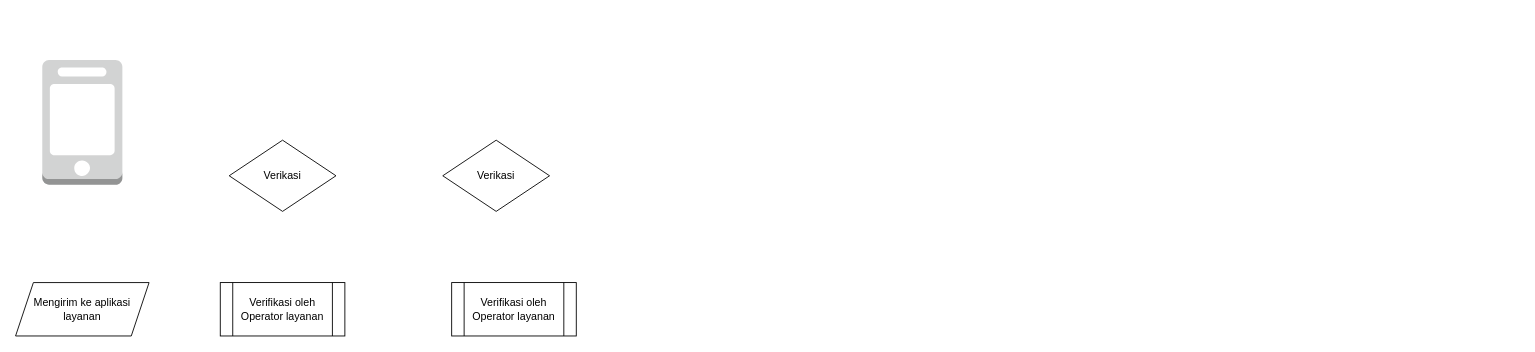
Before: cek.drawio in apidong/apidong, a draw.io diagram. Source tidied: cells renumbered, new cells numbered last; positions are measured from the earlier drawing's top-left corner, leaving out a move shared by most shapes. Both pictures are drawn from the tidied source at 89%, with x=0, y=0 at pixel (15, 60).
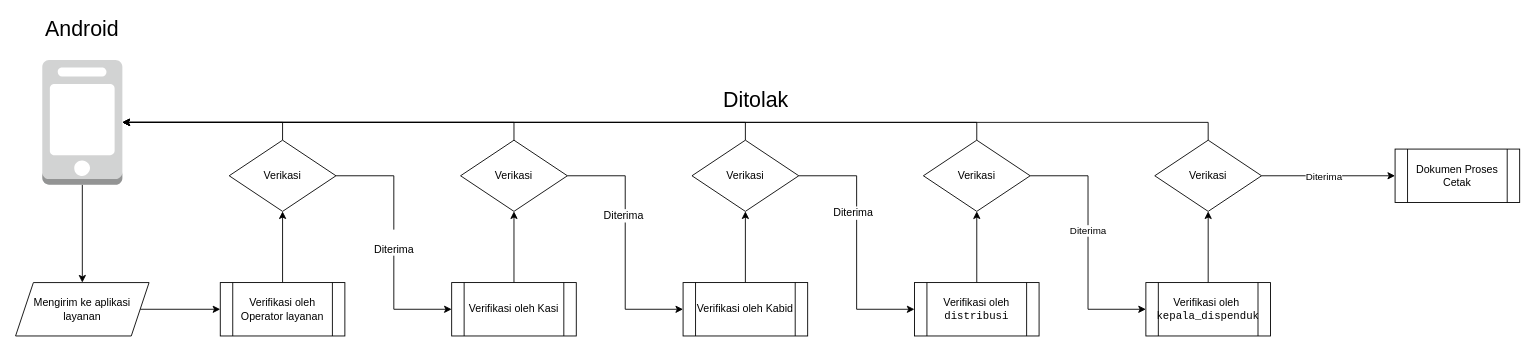
The same diagram, later.

Unchanged cells that the change refers to:
```xml
<mxCell id="2" style="outlineConnect=0;dashed=0;verticalLabelPosition=bottom;verticalAlign=top;align=center;html=1;shape=mxgraph.aws3.mobile_client;fillColor=#D2D3D3;gradientColor=none;" parent="1" vertex="1">
  <mxGeometry x="30" width="90" height="140" as="geometry" />
</mxCell>
<mxCell id="3" value="Mengirim ke aplikasi layanan" style="shape=parallelogram;perimeter=parallelogramPerimeter;whiteSpace=wrap;html=1;fixedSize=1;" parent="1" vertex="1">
  <mxGeometry y="250" width="150" height="60" as="geometry" />
</mxCell>
<mxCell id="4" value="Verifikasi oleh Operator layanan" style="shape=process;whiteSpace=wrap;html=1;backgroundOutline=1;" parent="1" vertex="1">
  <mxGeometry x="230" y="250" width="140" height="60" as="geometry" />
</mxCell>
<mxCell id="5" value="Verikasi" style="rhombus;whiteSpace=wrap;html=1;" parent="1" vertex="1">
  <mxGeometry x="240" y="90" width="120" height="80" as="geometry" />
</mxCell>
```

Change to the diagram source:
```diff
@@
+    <mxCell id="8" style="edgeStyle=orthogonalEdgeStyle;rounded=0;jettySize=auto;html=1;" parent="1" edge="1" source="2" target="3">
+      <mxGeometry relative="1" as="geometry" />
+    </mxCell>
@@
+    <mxCell id="9" style="edgeStyle=orthogonalEdgeStyle;rounded=0;jettySize=auto;html=1;entryX=0;entryY=0.5;entryDx=0;entryDy=0;" parent="1" edge="1" source="3" target="4">
+      <mxGeometry relative="1" as="geometry" />
+    </mxCell>
@@
+    <mxCell id="10" style="edgeStyle=orthogonalEdgeStyle;rounded=0;jettySize=auto;html=1;entryX=0.5;entryY=1;entryDx=0;entryDy=0;" parent="1" edge="1" source="4" target="5">
+      <mxGeometry relative="1" as="geometry" />
+    </mxCell>
@@
+    <mxCell id="11" value="&lt;font style=&quot;font-size: 12px;&quot;&gt;&lt;br&gt;&lt;span style=&quot;color: rgb(0, 0, 0); font-family: Helvetica; font-style: normal; font-variant-ligatures: normal; font-variant-caps: normal; font-weight: 400; letter-spacing: normal; orphans: 2; text-align: center; text-indent: 0px; text-transform: none; widows: 2; word-spacing: 0px; -webkit-text-stroke-width: 0px; background-color: rgb(255, 255, 255); text-decoration-thickness: initial; text-decoration-style: initial; text-decoration-color: initial; float: none; display: inline !important;&quot;&gt;Diterima&lt;/span&gt;&lt;br&gt;&lt;/font&gt;" style="edgeStyle=orthogonalEdgeStyle;rounded=0;jettySize=auto;html=1;exitX=1;exitY=0.5;exitDx=0;exitDy=0;entryX=0;entryY=0.5;entryDx=0;entryDy=0;" parent="1" edge="1" source="5" target="6">
+      <mxGeometry relative="1" as="geometry" />
+    </mxCell>
+    <mxCell id="12" style="edgeStyle=orthogonalEdgeStyle;rounded=0;jettySize=auto;html=1;exitX=0.5;exitY=0;exitDx=0;exitDy=0;" parent="1" edge="1" source="5" target="2">
+      <mxGeometry relative="1" as="geometry" />
+    </mxCell>
@@
+    <mxCell id="13" style="edgeStyle=orthogonalEdgeStyle;rounded=0;jettySize=auto;html=1;exitX=0.5;exitY=0;exitDx=0;exitDy=0;entryX=0.5;entryY=1;entryDx=0;entryDy=0;" parent="1" edge="1" source="6" target="7">
+      <mxGeometry relative="1" as="geometry" />
+    </mxCell>
-    <mxCell id="6" value="Verifikasi oleh Operator layanan" style="shape=process;whiteSpace=wrap;html=1;backgroundOutline=1;" parent="1" vertex="1">
+    <mxCell id="6" value="Verifikasi oleh Kasi" style="shape=process;whiteSpace=wrap;html=1;backgroundOutline=1;" parent="1" vertex="1">
       <mxGeometry x="490" y="250" width="140" height="60" as="geometry" />
     </mxCell>
+    <mxCell id="14" style="edgeStyle=orthogonalEdgeStyle;rounded=0;jettySize=auto;html=1;exitX=0.5;exitY=0;exitDx=0;exitDy=0;" parent="1" edge="1" source="7" target="2">
+      <mxGeometry relative="1" as="geometry" />
+    </mxCell>
+    <mxCell id="15" style="edgeStyle=orthogonalEdgeStyle;rounded=0;jettySize=auto;html=1;entryX=0;entryY=0.5;entryDx=0;entryDy=0;" parent="1" edge="1" source="7" target="18">
+      <mxGeometry relative="1" as="geometry" />
+    </mxCell>
+    <mxCell id="16" value="&lt;font style=&quot;font-size: 12px;&quot;&gt;Diterima&lt;/font&gt;" style="edgeLabel;html=1;align=center;verticalAlign=middle;" parent="15" vertex="1">
+      <mxGeometry x="-0.22" y="-3" relative="1" as="geometry" />
+    </mxCell>
     <mxCell id="7" value="Verikasi" style="rhombus;whiteSpace=wrap;html=1;" parent="1" vertex="1">
-      <mxGeometry x="480" y="90" width="120" height="80" as="geometry" />
+      <mxGeometry x="500" y="90" width="120" height="80" as="geometry" />
     </mxCell>
+    <mxCell id="17" style="edgeStyle=orthogonalEdgeStyle;rounded=0;jettySize=auto;html=1;entryX=0.5;entryY=1;entryDx=0;entryDy=0;" parent="1" edge="1" source="18" target="26">
+      <mxGeometry relative="1" as="geometry" />
+    </mxCell>
+    <mxCell id="18" value="Verifikasi oleh Kabid" style="shape=process;whiteSpace=wrap;html=1;backgroundOutline=1;" parent="1" vertex="1">
+      <mxGeometry x="750" y="250" width="140" height="60" as="geometry" />
+    </mxCell>
+    <mxCell id="19" style="edgeStyle=orthogonalEdgeStyle;rounded=0;jettySize=auto;html=1;entryX=0.5;entryY=1;entryDx=0;entryDy=0;" parent="1" edge="1" source="20" target="30">
+      <mxGeometry relative="1" as="geometry" />
+    </mxCell>
+    <mxCell id="20" value="Verifikasi oleh &lt;code&gt;distribusi&lt;/code&gt;" style="shape=process;whiteSpace=wrap;html=1;backgroundOutline=1;" parent="1" vertex="1">
+      <mxGeometry x="1010" y="250" width="140" height="60" as="geometry" />
+    </mxCell>
+    <mxCell id="21" style="edgeStyle=orthogonalEdgeStyle;rounded=0;jettySize=auto;html=1;entryX=0.5;entryY=1;entryDx=0;entryDy=0;" parent="1" edge="1" source="22" target="34">
+      <mxGeometry relative="1" as="geometry" />
+    </mxCell>
+    <mxCell id="22" value="Verifikasi oleh&amp;nbsp;&lt;br&gt;&lt;code&gt;kepala_dispenduk&lt;/code&gt;" style="shape=process;whiteSpace=wrap;html=1;backgroundOutline=1;" parent="1" vertex="1">
+      <mxGeometry x="1270" y="250" width="140" height="60" as="geometry" />
+    </mxCell>
+    <mxCell id="23" style="edgeStyle=orthogonalEdgeStyle;rounded=0;jettySize=auto;html=1;entryX=0;entryY=0.5;entryDx=0;entryDy=0;" parent="1" edge="1" source="26" target="20">
+      <mxGeometry relative="1" as="geometry" />
+    </mxCell>
+    <mxCell id="24" value="&lt;font style=&quot;font-size: 12px;&quot;&gt;Diterima&lt;/font&gt;" style="edgeLabel;html=1;align=center;verticalAlign=middle;" parent="23" vertex="1">
+      <mxGeometry x="-0.23" y="3" relative="1" as="geometry">
+        <mxPoint x="-8" y="-2" as="offset" />
+      </mxGeometry>
+    </mxCell>
+    <mxCell id="25" style="edgeStyle=orthogonalEdgeStyle;rounded=0;jettySize=auto;html=1;exitX=0.5;exitY=0;exitDx=0;exitDy=0;" parent="1" edge="1" source="26">
+      <mxGeometry relative="1" as="geometry">
+        <mxPoint x="120" y="70" as="targetPoint" />
+        <Array as="points">
+          <mxPoint x="820" y="70" />
+        </Array>
+      </mxGeometry>
+    </mxCell>
+    <mxCell id="26" value="Verikasi" style="rhombus;whiteSpace=wrap;html=1;" parent="1" vertex="1">
+      <mxGeometry x="760" y="90" width="120" height="80" as="geometry" />
+    </mxCell>
+    <mxCell id="27" style="edgeStyle=orthogonalEdgeStyle;rounded=0;jettySize=auto;html=1;entryX=0;entryY=0.5;entryDx=0;entryDy=0;" parent="1" edge="1" source="30" target="22">
+      <mxGeometry relative="1" as="geometry" />
+    </mxCell>
+    <mxCell id="28" value="Diterima" style="edgeLabel;html=1;align=center;verticalAlign=middle;" parent="27" vertex="1">
+      <mxGeometry x="-0.1" relative="1" as="geometry">
+        <mxPoint x="-1" as="offset" />
+      </mxGeometry>
+    </mxCell>
+    <mxCell id="29" style="edgeStyle=orthogonalEdgeStyle;rounded=0;jettySize=auto;html=1;entryX=1;entryY=0.5;entryDx=0;entryDy=0;entryPerimeter=0;exitX=0.5;exitY=0;exitDx=0;exitDy=0;" parent="1" edge="1" source="30" target="2">
+      <mxGeometry relative="1" as="geometry" />
+    </mxCell>
+    <mxCell id="30" value="Verikasi" style="rhombus;whiteSpace=wrap;html=1;" parent="1" vertex="1">
+      <mxGeometry x="1020" y="90" width="120" height="80" as="geometry" />
+    </mxCell>
+    <mxCell id="31" style="edgeStyle=orthogonalEdgeStyle;rounded=0;jettySize=auto;html=1;entryX=1;entryY=0.5;entryDx=0;entryDy=0;entryPerimeter=0;exitX=0.5;exitY=0;exitDx=0;exitDy=0;" parent="1" edge="1" source="34" target="2">
+      <mxGeometry relative="1" as="geometry" />
+    </mxCell>
+    <mxCell id="32" style="edgeStyle=orthogonalEdgeStyle;rounded=0;jettySize=auto;html=1;entryX=0;entryY=0.5;entryDx=0;entryDy=0;" parent="1" edge="1" source="34" target="37">
+      <mxGeometry relative="1" as="geometry" />
+    </mxCell>
+    <mxCell id="33" value="Diterima" style="edgeLabel;html=1;align=center;verticalAlign=middle;" parent="32" vertex="1">
+      <mxGeometry x="0.19" relative="1" as="geometry">
+        <mxPoint x="-20" as="offset" />
+      </mxGeometry>
+    </mxCell>
+    <mxCell id="34" value="Verikasi" style="rhombus;whiteSpace=wrap;html=1;" parent="1" vertex="1">
+      <mxGeometry x="1280" y="90" width="120" height="80" as="geometry" />
+    </mxCell>
+    <mxCell id="35" value="&lt;font style=&quot;font-size: 24px;&quot;&gt;Android&lt;/font&gt;" style="text;html=1;strokeColor=none;fillColor=none;align=center;verticalAlign=middle;whiteSpace=wrap;rounded=0;" parent="1" vertex="1">
+      <mxGeometry x="30" y="-50" width="90" height="30" as="geometry" />
+    </mxCell>
+    <mxCell id="36" value="&lt;font style=&quot;font-size: 24px;&quot;&gt;Ditolak&lt;/font&gt;" style="text;html=1;strokeColor=none;fillColor=none;align=center;verticalAlign=middle;whiteSpace=wrap;rounded=0;" parent="1" vertex="1">
+      <mxGeometry x="787" y="30" width="90" height="30" as="geometry" />
+    </mxCell>
+    <mxCell id="37" value="Dokumen Proses Cetak" style="shape=process;whiteSpace=wrap;html=1;backgroundOutline=1;" parent="1" vertex="1">
+      <mxGeometry x="1550" y="100" width="140" height="60" as="geometry" />
+    </mxCell>
```
